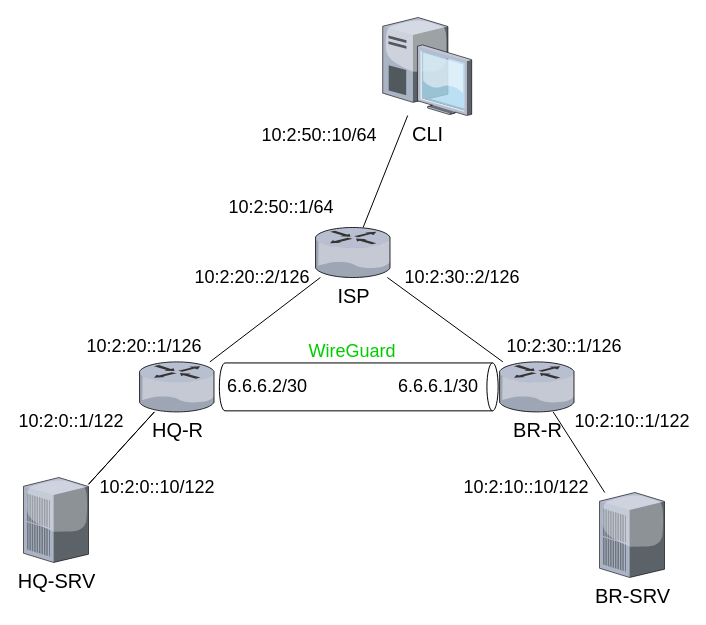
The draw.io diagram page "L3_ipv4" (1 of 2) of reports/yuki/L3-ipv6.drawio in alexust1820/obmanka, before the edit. Source tidied: cells renumbered, new cells numbered last; positions are measured from the earlier drawing's top-left corner, leaving out a move shared by most shapes. Both pictures are drawn from the tidied source at 100%, with x=0, y=0 at pixel (23, 17).
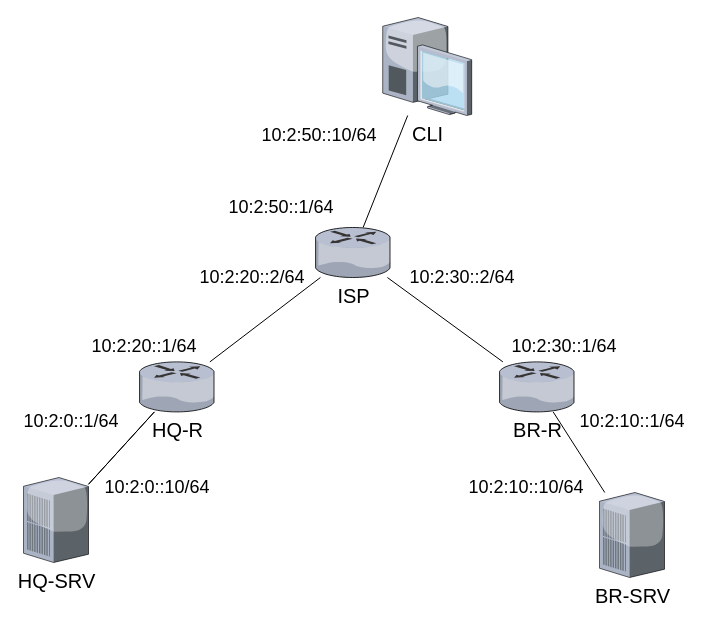
The same diagram, later.

The edit, as a diff of the source:
```diff
@@
-    <mxCell id="14" style="shape=cylinder3;whiteSpace=wrap;html=1;boundedLbl=1;backgroundOutline=1;size=5.620689655172384;rotation=90;" parent="1" vertex="1">
-      <mxGeometry x="311.3" y="230" width="47.9" height="278.8" as="geometry" />
-    </mxCell>
@@
-    <mxCell id="17" value="&lt;font style=&quot;font-size: 18px;&quot;&gt;10:2:20::2/126&lt;/font&gt;" style="text;html=1;align=center;verticalAlign=middle;whiteSpace=wrap;rounded=0;" parent="1" vertex="1">
+    <mxCell id="17" value="&lt;font style=&quot;font-size: 18px;&quot;&gt;10:2:20::2/64&lt;/font&gt;" style="text;html=1;align=center;verticalAlign=middle;whiteSpace=wrap;rounded=0;" parent="1" vertex="1">
       <mxGeometry x="186" y="250" width="86" height="20" as="geometry" />
     </mxCell>
-    <mxCell id="18" value="&lt;font style=&quot;font-size: 18px;&quot;&gt;10:2:20::1/126&lt;/font&gt;" style="text;html=1;align=center;verticalAlign=middle;whiteSpace=wrap;rounded=0;" parent="1" vertex="1">
+    <mxCell id="18" value="&lt;font style=&quot;font-size: 18px;&quot;&gt;10:2:20::1/64&lt;/font&gt;" style="text;html=1;align=center;verticalAlign=middle;whiteSpace=wrap;rounded=0;" parent="1" vertex="1">
       <mxGeometry x="76" y="319.4" width="90" height="20" as="geometry" />
     </mxCell>
-    <mxCell id="19" value="&lt;font style=&quot;font-size: 18px;&quot;&gt;10:2:0::1/122&lt;/font&gt;" style="text;html=1;align=center;verticalAlign=middle;whiteSpace=wrap;rounded=0;" parent="1" vertex="1">
+    <mxCell id="19" value="&lt;font style=&quot;font-size: 18px;&quot;&gt;10:2:0::1/64&lt;br&gt;&lt;/font&gt;" style="text;html=1;align=center;verticalAlign=middle;whiteSpace=wrap;rounded=0;" parent="1" vertex="1">
       <mxGeometry y="394.4" width="96" height="20" as="geometry" />
     </mxCell>
-    <mxCell id="20" value="&lt;font style=&quot;font-size: 18px;&quot;&gt;10:2:0::10/122&lt;/font&gt;" style="text;html=1;align=center;verticalAlign=middle;whiteSpace=wrap;rounded=0;" parent="1" vertex="1">
+    <mxCell id="20" value="&lt;font style=&quot;font-size: 18px;&quot;&gt;10:2:0::10/64&lt;/font&gt;" style="text;html=1;align=center;verticalAlign=middle;whiteSpace=wrap;rounded=0;" parent="1" vertex="1">
       <mxGeometry x="86" y="460" width="96" height="20" as="geometry" />
     </mxCell>
-    <mxCell id="21" value="&lt;font style=&quot;font-size: 18px;&quot;&gt;6.6.6.2/30&lt;/font&gt;" style="text;html=1;align=center;verticalAlign=middle;whiteSpace=wrap;rounded=0;" parent="1" vertex="1">
-      <mxGeometry x="196" y="359.4" width="96" height="20" as="geometry" />
-    </mxCell>
-    <mxCell id="22" value="&lt;font style=&quot;font-size: 18px;&quot;&gt;6.6.6.1/30&lt;/font&gt;" style="text;html=1;align=center;verticalAlign=middle;whiteSpace=wrap;rounded=0;" parent="1" vertex="1">
-      <mxGeometry x="367.3" y="359.4" width="96" height="20" as="geometry" />
-    </mxCell>
-    <mxCell id="23" value="&lt;font color=&quot;#00cc00&quot; style=&quot;font-size: 18px;&quot;&gt;WireGuard&lt;/font&gt;" style="text;html=1;align=center;verticalAlign=middle;whiteSpace=wrap;rounded=0;" parent="1" vertex="1">
-      <mxGeometry x="284" y="324.4" width="90" height="20" as="geometry" />
-    </mxCell>
-    <mxCell id="24" value="&lt;font style=&quot;font-size: 18px;&quot;&gt;10:2:30::2/126&lt;/font&gt;" style="text;html=1;align=center;verticalAlign=middle;whiteSpace=wrap;rounded=0;" parent="1" vertex="1">
+    <mxCell id="24" value="&lt;font style=&quot;font-size: 18px;&quot;&gt;10:2:30::2/64&lt;br&gt;&lt;/font&gt;" style="text;html=1;align=center;verticalAlign=middle;whiteSpace=wrap;rounded=0;" parent="1" vertex="1">
       <mxGeometry x="396" y="250" width="86" height="20" as="geometry" />
     </mxCell>
-    <mxCell id="25" value="&lt;font style=&quot;font-size: 18px;&quot;&gt;10:2:30::1/126&lt;/font&gt;" style="text;html=1;align=center;verticalAlign=middle;whiteSpace=wrap;rounded=0;" parent="1" vertex="1">
+    <mxCell id="25" value="&lt;font style=&quot;font-size: 18px;&quot;&gt;10:2:30::1/64&lt;/font&gt;" style="text;html=1;align=center;verticalAlign=middle;whiteSpace=wrap;rounded=0;" parent="1" vertex="1">
       <mxGeometry x="496" y="319.4" width="90" height="20" as="geometry" />
     </mxCell>
-    <mxCell id="26" value="&lt;font style=&quot;font-size: 18px;&quot;&gt;10:2:10::1/122&lt;/font&gt;" style="text;html=1;align=center;verticalAlign=middle;whiteSpace=wrap;rounded=0;" parent="1" vertex="1">
+    <mxCell id="26" value="&lt;font style=&quot;font-size: 18px;&quot;&gt;10:2:10::1/64&lt;/font&gt;" style="text;html=1;align=center;verticalAlign=middle;whiteSpace=wrap;rounded=0;" parent="1" vertex="1">
       <mxGeometry x="560.5" y="394.4" width="96" height="20" as="geometry" />
     </mxCell>
-    <mxCell id="27" value="&lt;font style=&quot;font-size: 18px;&quot;&gt;10:2:10::10/122&lt;/font&gt;" style="text;html=1;align=center;verticalAlign=middle;whiteSpace=wrap;rounded=0;" parent="1" vertex="1">
+    <mxCell id="27" value="&lt;font style=&quot;font-size: 18px;&quot;&gt;10:2:10::10/64&lt;/font&gt;" style="text;html=1;align=center;verticalAlign=middle;whiteSpace=wrap;rounded=0;" parent="1" vertex="1">
       <mxGeometry x="455.3" y="460" width="96" height="20" as="geometry" />
     </mxCell>
```
